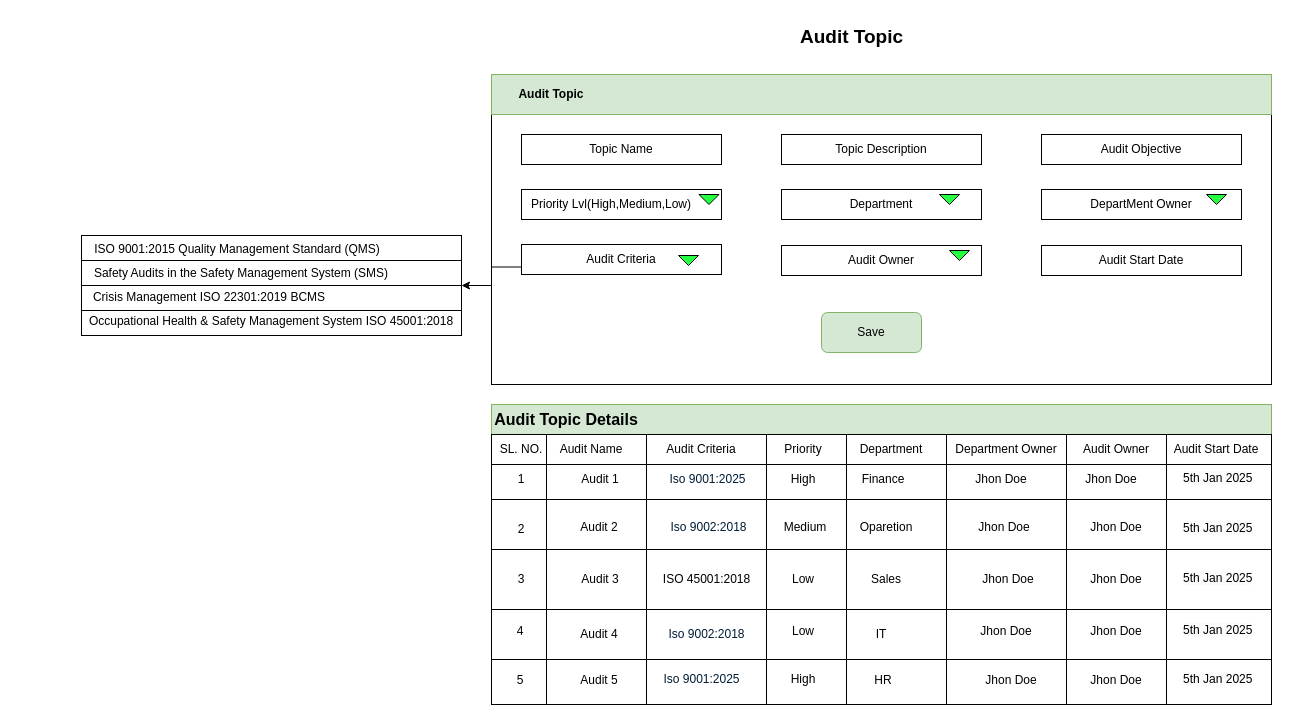
The draw.io diagram page "Audit Topic" (1 of 4) of Audit Screeen.drawio in AvikM1996/draw.io, before the edit. Source tidied: cells renumbered, new cells numbered last; positions are measured from the earlier drawing's top-left corner, leaving out a move shared by most shapes. Both pictures are drawn from the tidied source at 100%, with x=0, y=0 at pixel (32, 17).
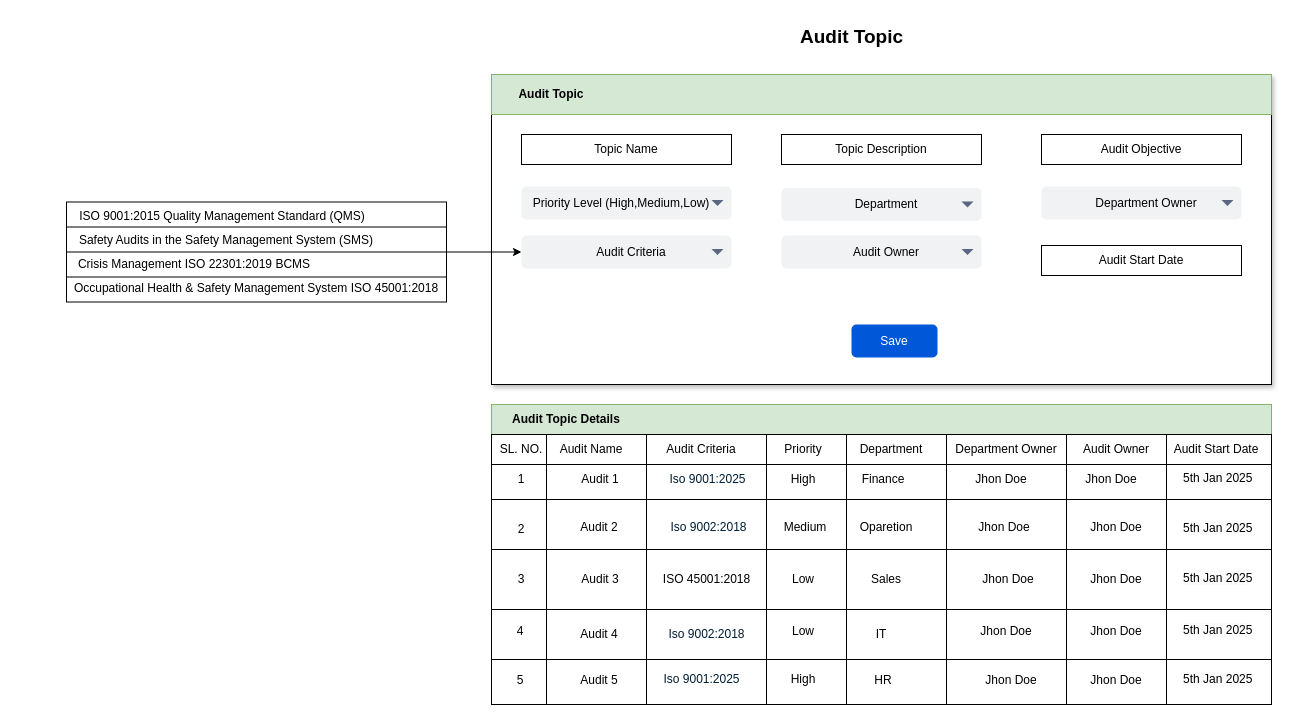
The same page after the edit.

What changed in the source:
```diff
@@
-    <mxCell id="2" style="rounded=0;whiteSpace=wrap;html=1;" parent="1" vertex="1">
+    <mxCell id="2" style="rounded=0;whiteSpace=wrap;html=1;textShadow=0;shadow=1;" parent="1" vertex="1">
       <mxGeometry x="459" y="57" width="780" height="310" as="geometry" />
     </mxCell>
@@
     <mxCell id="5" value="Topic Name" style="rounded=0;whiteSpace=wrap;html=1;" parent="1" vertex="1">
-      <mxGeometry x="489" y="117" width="200" height="30" as="geometry" />
+      <mxGeometry x="489" y="117" width="210" height="30" as="geometry" />
     </mxCell>
@@
-    <mxCell id="8" style="edgeStyle=orthogonalEdgeStyle;rounded=0;jettySize=auto;html=1;exitX=0;exitY=0.75;exitDx=0;exitDy=0;entryX=1;entryY=0.5;entryDx=0;entryDy=0;" parent="1" edge="1" source="9" target="19">
-      <mxGeometry relative="1" as="geometry" />
-    </mxCell>
-    <mxCell id="9" value="Audit Criteria" style="rounded=0;whiteSpace=wrap;html=1;" parent="1" vertex="1">
-      <mxGeometry x="489" y="227" width="200" height="30" as="geometry" />
-    </mxCell>
-    <mxCell id="10" value="Save" style="rounded=1;whiteSpace=wrap;html=1;fillColor=#d5e8d4;strokeColor=#82b366;" parent="1" vertex="1">
-      <mxGeometry x="789" y="295" width="100" height="40" as="geometry" />
-    </mxCell>
-    <mxCell id="11" style="edgeStyle=orthogonalEdgeStyle;rounded=0;orthogonalLoop=1;jettySize=auto;html=1;exitX=0.5;exitY=1;exitDx=0;exitDy=0;" parent="1" edge="1" source="10" target="10">
-      <mxGeometry relative="1" as="geometry" />
+    <mxCell id="11" style="edgeStyle=orthogonalEdgeStyle;rounded=0;orthogonalLoop=1;jettySize=auto;html=1;exitX=0.5;exitY=1;exitDx=0;exitDy=0;" parent="1" edge="1">
+      <mxGeometry relative="1" as="geometry">
+        <mxPoint x="839" y="335" as="sourcePoint" />
+        <mxPoint x="839" y="335" as="targetPoint" />
+      </mxGeometry>
     </mxCell>
-    <mxCell id="12" style="triangle;whiteSpace=wrap;html=1;rotation=90;fillColor=#24FF41;" parent="1" vertex="1">
-      <mxGeometry x="651" y="233" width="10" height="20" as="geometry" />
-    </mxCell>
-    <mxCell id="13" value="Department" style="rounded=0;whiteSpace=wrap;html=1;" parent="1" vertex="1">
-      <mxGeometry x="749" y="172" width="200" height="30" as="geometry" />
-    </mxCell>
-    <mxCell id="14" value="DepartMent Owner" style="rounded=0;whiteSpace=wrap;html=1;" parent="1" vertex="1">
-      <mxGeometry x="1009" y="172" width="200" height="30" as="geometry" />
-    </mxCell>
@@
-    <mxCell id="16" value="Priority Lvl(High,Medium,Low)&amp;nbsp; &amp;nbsp; &amp;nbsp;&amp;nbsp;" style="rounded=0;whiteSpace=wrap;html=1;" parent="1" vertex="1">
-      <mxGeometry x="489" y="172" width="200" height="30" as="geometry" />
-    </mxCell>
-    <mxCell id="17" value="Audit Owner" style="rounded=0;whiteSpace=wrap;html=1;" parent="1" vertex="1">
-      <mxGeometry x="749" y="228" width="200" height="30" as="geometry" />
-    </mxCell>
@@
+    <mxCell id="94" style="edgeStyle=orthogonalEdgeStyle;rounded=0;jettySize=auto;html=1;" parent="1" edge="1" source="19" target="9">
+      <mxGeometry relative="1" as="geometry" />
+    </mxCell>
     <mxCell id="19" style="rounded=0;whiteSpace=wrap;html=1;" parent="1" vertex="1">
-      <mxGeometry x="49" y="218" width="380" height="100" as="geometry" />
+      <mxGeometry x="34" y="184.5" width="380" height="100" as="geometry" />
     </mxCell>
     <mxCell id="20" style="line;strokeWidth=1;html=1;" parent="1" vertex="1">
-      <mxGeometry x="49" y="238" width="380" height="10" as="geometry" />
+      <mxGeometry x="34" y="204.5" width="380" height="10" as="geometry" />
     </mxCell>
     <mxCell id="21" style="line;strokeWidth=1;html=1;" parent="1" vertex="1">
-      <mxGeometry x="49" y="263" width="380" height="10" as="geometry" />
+      <mxGeometry x="34" y="229.5" width="380" height="10" as="geometry" />
     </mxCell>
     <mxCell id="22" value="ISO 9001:2015 Quality Management Standard (QMS)" style="text;html=1;align=center;verticalAlign=middle;whiteSpace=wrap;rounded=0;" parent="1" vertex="1">
-      <mxGeometry y="217" width="410" height="30" as="geometry" />
+      <mxGeometry x="-15" y="183.5" width="410" height="30" as="geometry" />
     </mxCell>
     <mxCell id="23" value="Safety Audits in the Safety Management System (SMS)" style="text;html=1;align=center;verticalAlign=middle;whiteSpace=wrap;rounded=0;" parent="1" vertex="1">
-      <mxGeometry x="34" y="241" width="350" height="30" as="geometry" />
+      <mxGeometry x="19" y="207.5" width="350" height="30" as="geometry" />
     </mxCell>
     <mxCell id="24" value="Crisis Management ISO 22301:2019 BCMS" style="text;html=1;align=center;verticalAlign=middle;whiteSpace=wrap;rounded=0;" parent="1" vertex="1">
-      <mxGeometry x="7" y="265" width="340" height="30" as="geometry" />
+      <mxGeometry x="-8" y="231.5" width="340" height="30" as="geometry" />
     </mxCell>
     <mxCell id="25" value="Occupational Health &amp;amp; Safety Management System ISO 45001:2018" style="text;html=1;align=center;verticalAlign=middle;whiteSpace=wrap;rounded=0;" parent="1" vertex="1">
-      <mxGeometry x="34" y="289" width="410" height="30" as="geometry" />
+      <mxGeometry x="19" y="255.5" width="410" height="30" as="geometry" />
     </mxCell>
     <mxCell id="26" style="line;strokeWidth=1;html=1;" parent="1" vertex="1">
-      <mxGeometry x="49" y="288" width="380" height="10" as="geometry" />
+      <mxGeometry x="34" y="254.5" width="380" height="10" as="geometry" />
     </mxCell>
@@
-    <mxCell id="30" value="&lt;font style=&quot;font-size: 16px;&quot;&gt;&lt;b&gt;Audit Topic Details&lt;/b&gt;&lt;/font&gt;" style="text;html=1;align=center;verticalAlign=middle;whiteSpace=wrap;rounded=0;" parent="1" vertex="1">
+    <mxCell id="30" value="&lt;font size=&quot;1&quot; style=&quot;&quot;&gt;&lt;b style=&quot;font-size: 12px;&quot;&gt;Audit Topic Details&lt;/b&gt;&lt;/font&gt;" style="text;html=1;align=center;verticalAlign=middle;whiteSpace=wrap;rounded=0;" parent="1" vertex="1">
       <mxGeometry x="389" y="387" width="290" height="30" as="geometry" />
     </mxCell>
@@
-    <mxCell id="90" style="triangle;whiteSpace=wrap;html=1;rotation=90;fillColor=#24FF41;" parent="1" vertex="1">
-      <mxGeometry x="671.5" y="172" width="10" height="20" as="geometry" />
-    </mxCell>
-    <mxCell id="91" style="triangle;whiteSpace=wrap;html=1;rotation=90;fillColor=#24FF41;" parent="1" vertex="1">
-      <mxGeometry x="912" y="172" width="10" height="20" as="geometry" />
-    </mxCell>
-    <mxCell id="92" style="triangle;whiteSpace=wrap;html=1;rotation=90;fillColor=#24FF41;" parent="1" vertex="1">
-      <mxGeometry x="1179" y="172" width="10" height="20" as="geometry" />
-    </mxCell>
-    <mxCell id="93" style="triangle;whiteSpace=wrap;html=1;rotation=90;fillColor=#24FF41;" parent="1" vertex="1">
-      <mxGeometry x="922" y="228" width="10" height="20" as="geometry" />
-    </mxCell>
+    <mxCell id="9" value="&lt;span style=&quot;color: rgb(0, 0, 0);&quot;&gt;Audit Criteria&lt;/span&gt;" style="rounded=1;fillColor=#F1F2F4;strokeColor=none;html=1;whiteSpace=wrap;fontColor=#596780;align=center;fontSize=12;spacingLeft=10;sketch=0;" parent="1" vertex="1">
+      <mxGeometry x="489" y="218" width="210" height="33" as="geometry" />
+    </mxCell>
+    <mxCell id="95" style="shape=triangle;direction=south;fillColor=#596780;strokeColor=none;html=1;sketch=0;" parent="9" vertex="1">
+      <mxGeometry x="1" y="0.5" width="12" height="6" relative="1" as="geometry">
+        <mxPoint x="-20" y="-3" as="offset" />
+      </mxGeometry>
+    </mxCell>
+    <mxCell id="96" value="&lt;span style=&quot;color: rgb(0, 0, 0);&quot;&gt;Priority Level (High,Medium,Low)&amp;nbsp; &amp;nbsp; &amp;nbsp;&amp;nbsp;&lt;/span&gt;" style="rounded=1;fillColor=#F1F2F4;strokeColor=none;html=1;whiteSpace=wrap;fontColor=#596780;align=center;fontSize=12;spacingLeft=10;sketch=0;" parent="1" vertex="1">
+      <mxGeometry x="489" y="169" width="210" height="33" as="geometry" />
+    </mxCell>
+    <mxCell id="97" style="shape=triangle;direction=south;fillColor=#596780;strokeColor=none;html=1;sketch=0;" parent="96" vertex="1">
+      <mxGeometry x="1" y="0.5" width="12" height="6" relative="1" as="geometry">
+        <mxPoint x="-20" y="-3" as="offset" />
+      </mxGeometry>
+    </mxCell>
+    <mxCell id="13" value="&lt;span style=&quot;color: rgb(0, 0, 0);&quot;&gt;Department&lt;/span&gt;" style="rounded=1;fillColor=#F1F2F4;strokeColor=none;html=1;whiteSpace=wrap;fontColor=#596780;align=center;fontSize=12;spacingLeft=10;sketch=0;" parent="1" vertex="1">
+      <mxGeometry x="749" y="170.5" width="200" height="33" as="geometry" />
+    </mxCell>
+    <mxCell id="98" style="shape=triangle;direction=south;fillColor=#596780;strokeColor=none;html=1;sketch=0;" parent="13" vertex="1">
+      <mxGeometry x="1" y="0.5" width="12" height="6" relative="1" as="geometry">
+        <mxPoint x="-20" y="-3" as="offset" />
+      </mxGeometry>
+    </mxCell>
+    <mxCell id="17" value="&lt;span style=&quot;color: rgb(0, 0, 0);&quot;&gt;Audit Owner&lt;/span&gt;" style="rounded=1;fillColor=#F1F2F4;strokeColor=none;html=1;whiteSpace=wrap;fontColor=#596780;align=center;fontSize=12;spacingLeft=10;sketch=0;" parent="1" vertex="1">
+      <mxGeometry x="749" y="218" width="200" height="33" as="geometry" />
+    </mxCell>
+    <mxCell id="99" style="shape=triangle;direction=south;fillColor=#596780;strokeColor=none;html=1;sketch=0;" parent="17" vertex="1">
+      <mxGeometry x="1" y="0.5" width="12" height="6" relative="1" as="geometry">
+        <mxPoint x="-20" y="-3" as="offset" />
+      </mxGeometry>
+    </mxCell>
+    <mxCell id="100" value="&lt;span style=&quot;color: rgb(0, 0, 0);&quot;&gt;Department Owner&lt;/span&gt;" style="rounded=1;fillColor=#F1F2F4;strokeColor=none;html=1;whiteSpace=wrap;fontColor=#596780;align=center;fontSize=12;spacingLeft=10;sketch=0;" parent="1" vertex="1">
+      <mxGeometry x="1009" y="169" width="200" height="33" as="geometry" />
+    </mxCell>
+    <mxCell id="101" style="shape=triangle;direction=south;fillColor=#596780;strokeColor=none;html=1;sketch=0;" parent="100" vertex="1">
+      <mxGeometry x="1" y="0.5" width="12" height="6" relative="1" as="geometry">
+        <mxPoint x="-20" y="-3" as="offset" />
+      </mxGeometry>
+    </mxCell>
+    <mxCell id="10" value="Save" style="rounded=1;fillColor=#0057D8;strokeColor=none;html=1;whiteSpace=wrap;fontColor=#ffffff;align=center;verticalAlign=middle;fontStyle=0;fontSize=12;sketch=0;" parent="1" vertex="1">
+      <mxGeometry x="819" y="307" width="86" height="33" as="geometry" />
+    </mxCell>
```
